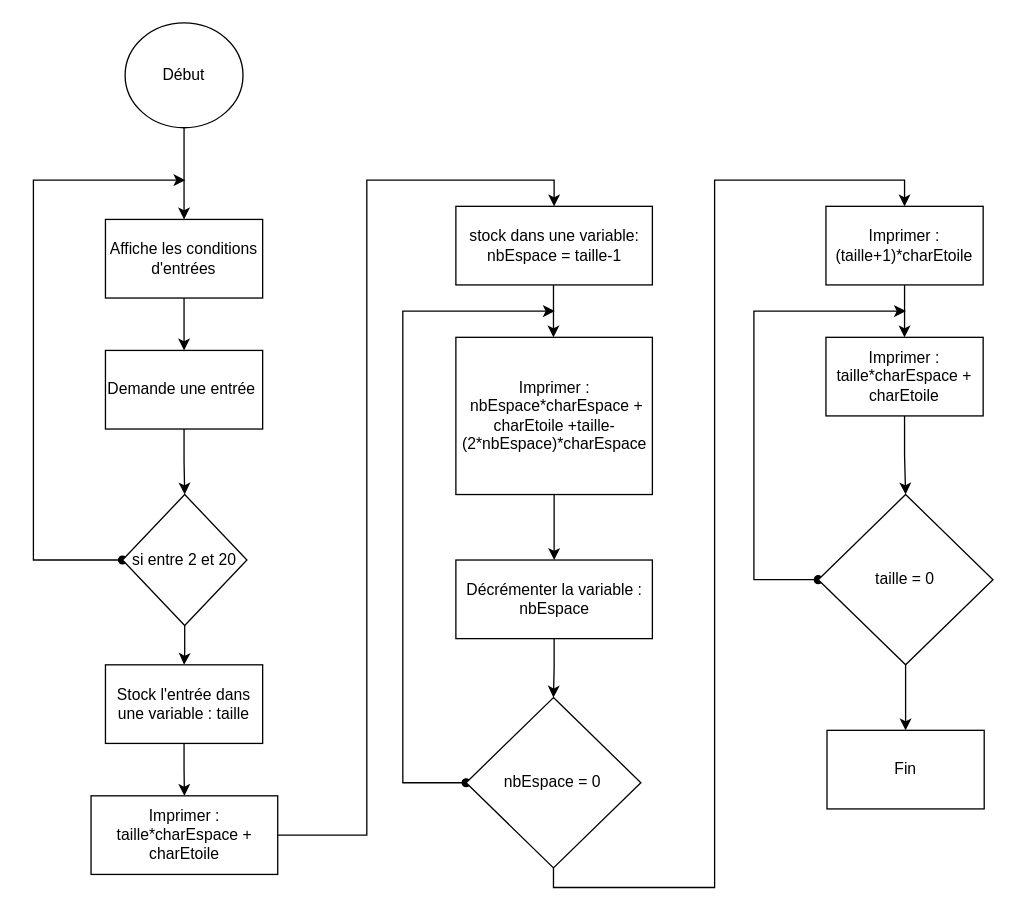
The draw.io diagram Kata-Flèche/KataFlèche_ logigramme.drawio in D4rkHeart/Python_Exercice, before the edit. Source tidied: cells renumbered, new cells numbered last; positions are measured from the earlier drawing's top-left corner, leaving out a move shared by most shapes. Both pictures are drawn from the tidied source at 131%, with x=0, y=0 at pixel (33, 22).
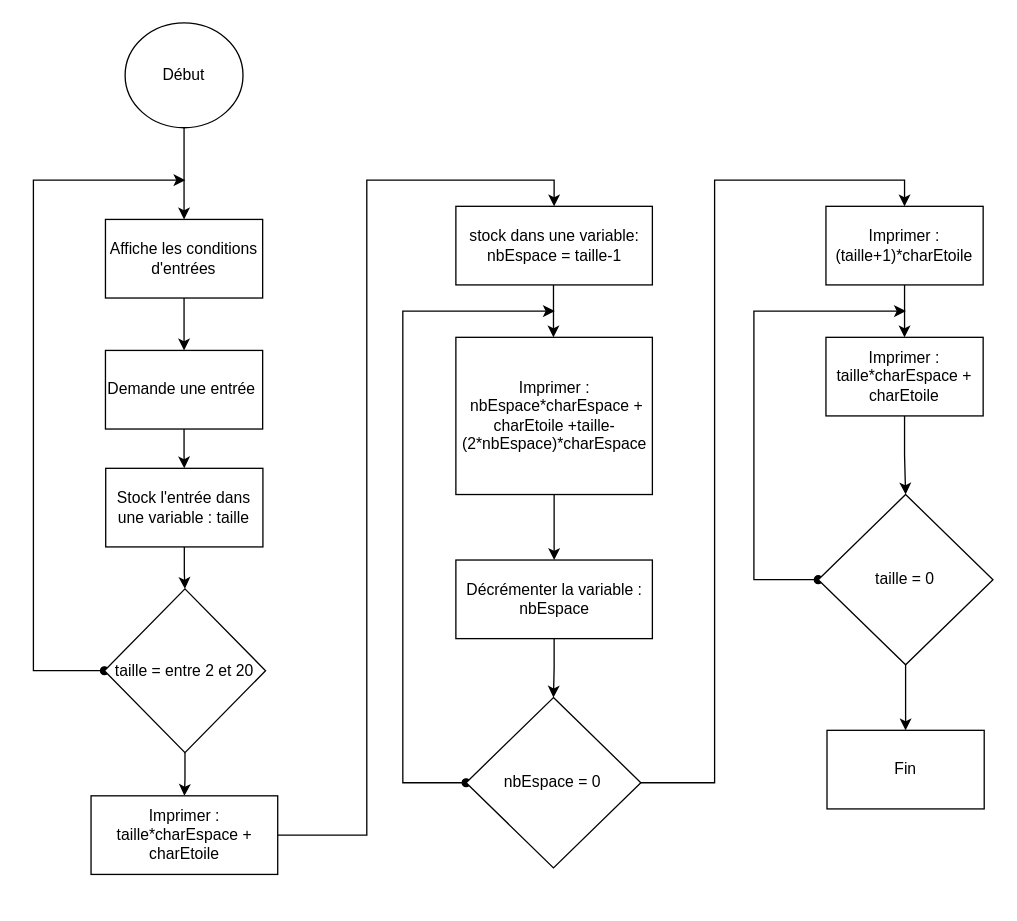
The same page after the edit.

Commit message:
[doc] More correction about the flowchart

Unchanged cells that the change refers to:
```xml
<mxCell id="7" value="Imprimer :&lt;br&gt;taille*charEspace + charEtoile" style="whiteSpace=wrap;html=1;" parent="1" vertex="1">
  <mxGeometry x="44" y="590" width="142.5" height="60" as="geometry" />
</mxCell>
<mxCell id="11" value="Demande une entrée&amp;nbsp;" style="whiteSpace=wrap;html=1;" parent="1" vertex="1">
  <mxGeometry x="55" y="250" width="120" height="60" as="geometry" />
</mxCell>
<mxCell id="23" value="nbEspace = 0" style="rhombus;whiteSpace=wrap;html=1;" parent="1" vertex="1">
  <mxGeometry x="330.3" y="515" width="133.4" height="130" as="geometry" />
</mxCell>
<mxCell id="25" value="Imprimer :&lt;br&gt;(taille+1)*charEtoile" style="whiteSpace=wrap;html=1;" parent="1" vertex="1">
  <mxGeometry x="605" y="140" width="120" height="60" as="geometry" />
</mxCell>
```

What changed in the source:
```diff
@@
     <mxCell id="3" style="edgeStyle=orthogonalEdgeStyle;rounded=0;jettySize=auto;html=1;exitX=0;exitY=0.5;exitDx=0;exitDy=0;startArrow=oval;startFill=1;" parent="1" edge="1" source="5">
       <mxGeometry relative="1" as="geometry">
         <mxPoint x="116" y="120" as="targetPoint" />
         <Array as="points">
-          <mxPoint y="410" />
+          <mxPoint y="495" />
           <mxPoint y="120" />
-          <mxPoint x="116" y="120" />
         </Array>
       </mxGeometry>
     </mxCell>
-    <mxCell id="4" style="edgeStyle=orthogonalEdgeStyle;rounded=0;jettySize=auto;html=1;strokeColor=#000000;startArrow=none;startFill=0;" parent="1" edge="1" source="5" target="15">
-      <mxGeometry relative="1" as="geometry" />
-    </mxCell>
+    <mxCell id="32" style="edgeStyle=orthogonalEdgeStyle;rounded=0;jettySize=auto;html=1;startArrow=none;startFill=0;" parent="1" edge="1" source="5" target="7">
+      <mxGeometry relative="1" as="geometry" />
+    </mxCell>
-    <mxCell id="5" value="si entre 2 et 20" style="rhombus;whiteSpace=wrap;html=1;" parent="1" vertex="1">
-      <mxGeometry x="68" y="360" width="95" height="100" as="geometry" />
+    <mxCell id="5" value="taille = entre 2 et 20" style="rhombus;whiteSpace=wrap;html=1;" parent="1" vertex="1">
+      <mxGeometry x="54.2" y="432" width="123" height="125" as="geometry" />
     </mxCell>
@@
-    <mxCell id="10" style="edgeStyle=orthogonalEdgeStyle;rounded=0;jettySize=auto;html=1;entryX=0.5;entryY=0;entryDx=0;entryDy=0;strokeColor=#000000;startArrow=none;startFill=0;" parent="1" edge="1" source="11" target="5">
+    <mxCell id="10" style="edgeStyle=orthogonalEdgeStyle;rounded=0;jettySize=auto;html=1;entryX=0.5;entryY=0;entryDx=0;entryDy=0;strokeColor=#000000;startArrow=none;startFill=0;" parent="1" edge="1" source="11" target="15">
       <mxGeometry relative="1" as="geometry" />
     </mxCell>
@@
-    <mxCell id="14" style="edgeStyle=orthogonalEdgeStyle;rounded=0;jettySize=auto;html=1;strokeColor=#000000;startArrow=none;startFill=0;" parent="1" edge="1" source="15" target="7">
-      <mxGeometry relative="1" as="geometry" />
-    </mxCell>
+    <mxCell id="33" style="edgeStyle=orthogonalEdgeStyle;rounded=0;jettySize=auto;html=1;entryX=0.5;entryY=0;entryDx=0;entryDy=0;startArrow=none;startFill=0;" parent="1" edge="1" source="15" target="5">
+      <mxGeometry relative="1" as="geometry" />
+    </mxCell>
     <mxCell id="15" value="Stock l'entrée dans une variable : taille" style="rounded=0;whiteSpace=wrap;html=1;" parent="1" vertex="1">
-      <mxGeometry x="55" y="490" width="120" height="60" as="geometry" />
+      <mxGeometry x="55.2" y="340" width="120" height="60" as="geometry" />
     </mxCell>
@@
-    <mxCell id="22" style="edgeStyle=orthogonalEdgeStyle;rounded=0;jettySize=auto;html=1;strokeColor=#000000;startArrow=none;startFill=0;" parent="1" edge="1" source="23" target="25">
+    <mxCell id="22" style="edgeStyle=orthogonalEdgeStyle;rounded=0;jettySize=auto;html=1;strokeColor=#000000;startArrow=none;startFill=0;exitX=1;exitY=0.5;exitDx=0;exitDy=0;" parent="1" edge="1" source="23" target="25">
       <mxGeometry relative="1" as="geometry">
         <Array as="points">
-          <mxPoint x="397" y="660" />
-          <mxPoint x="520" y="660" />
+          <mxPoint x="520" y="580" />
           <mxPoint x="520" y="120" />
           <mxPoint x="665" y="120" />
         </Array>
       </mxGeometry>
     </mxCell>
```
